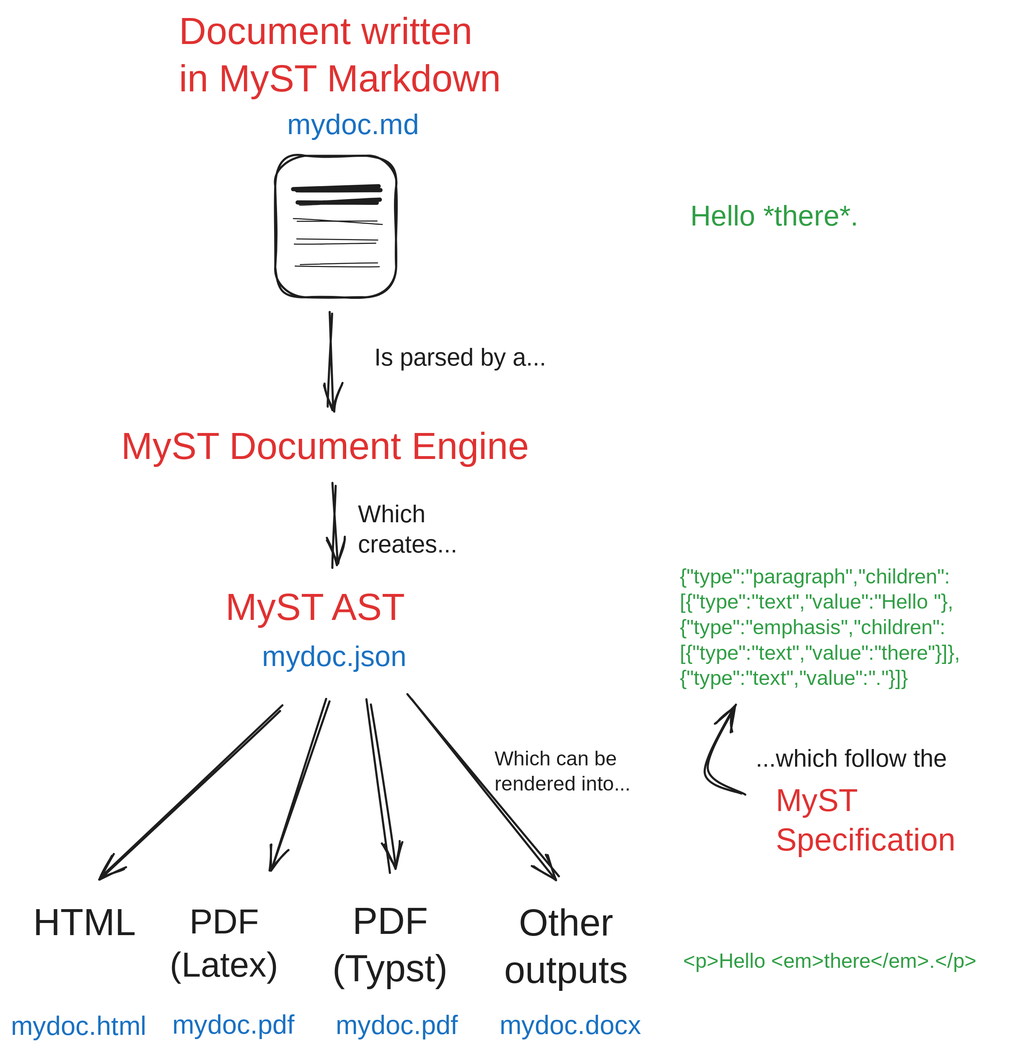
Earlier version of the Excalidraw export docs/images/myst-diagram.svg (jupyter-book/mystmd). Source tidied: one line per element, renumbered; positions are measured from the earlier drawing's top-left corner, leaving out a move shared by most shapes.
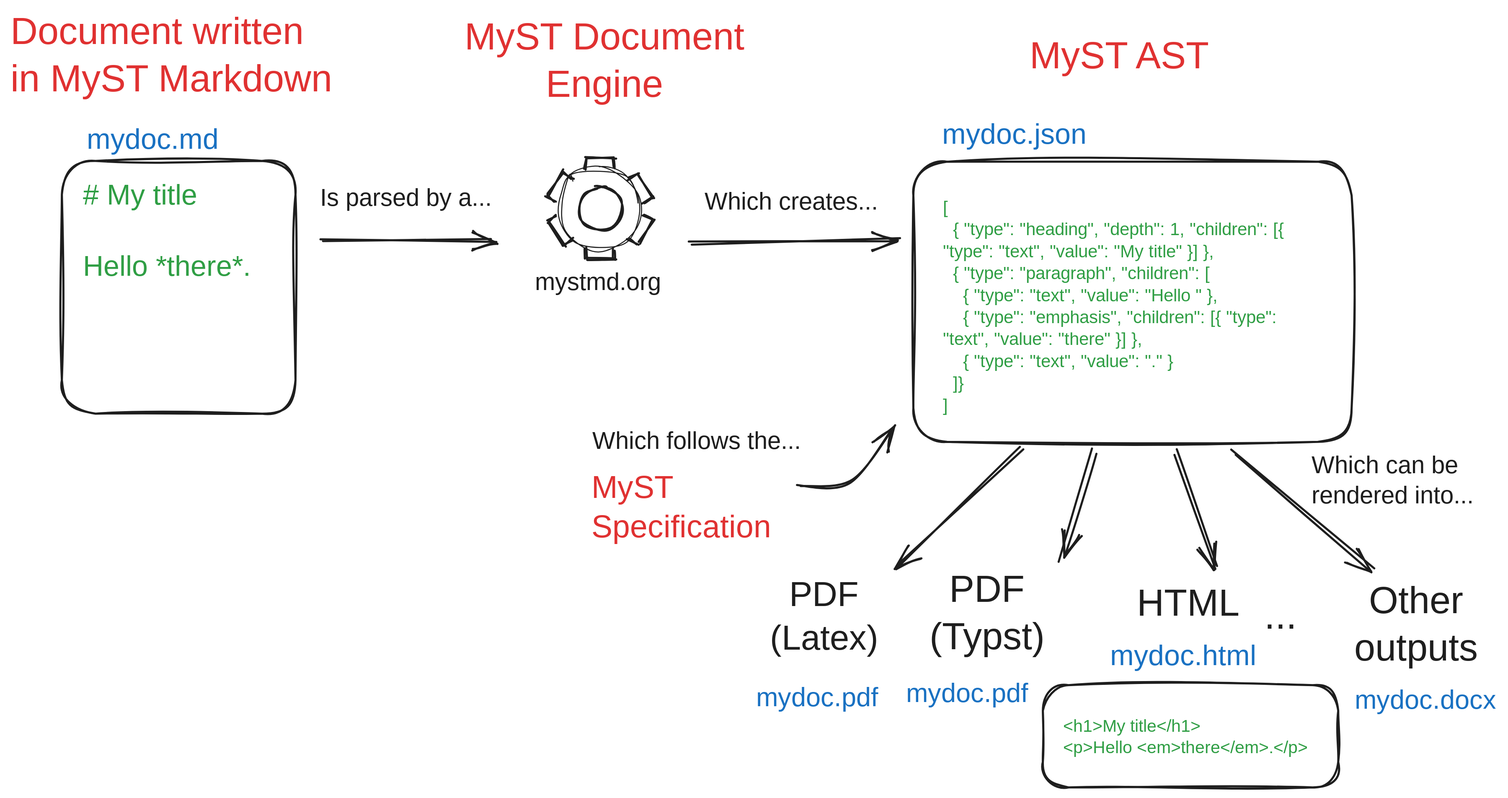
The same diagram one commit later.

Commit message:
Update the diagram to fit into a page more easily and update some of the history language

Diff of the diagram source:
```diff
@@ -1,34 +1,53 @@
-{"id": 0, "type": "text", "text": "MyST\nSpecification", "strokeColor": "#e03131", "backgroundColor": "#ffec99", "fillStyle": "cross-hatch", "strokeWidth": 2, "roughness": 2, "fontSize": 30, "fontFamily": 5, "x": 727, "y": 734, "width": 186, "height": 75}
+{"id": 0, "type": "text", "text": "MyST\nSpecification", "strokeColor": "#e03131", "backgroundColor": "#ffec99", "fillStyle": "cross-hatch", "strokeWidth": 2, "roughness": 2, "fontSize": 30, "fontFamily": 5, "x": 414, "y": 417, "width": 186, "height": 75}
-{"id": 1, "type": "text", "text": "MyST AST", "strokeColor": "#e03131", "backgroundColor": "#ffec99", "fillStyle": "cross-hatch", "strokeWidth": 2, "roughness": 2, "fontSize": 36, "fontFamily": 5, "x": 204, "y": 547, "width": 192, "height": 45}
+{"id": 1, "type": "text", "text": "MyST AST", "strokeColor": "#e03131", "backgroundColor": "#ffec99", "fillStyle": "cross-hatch", "strokeWidth": 2, "roughness": 2, "fontSize": 36, "fontFamily": 5, "x": 830, "y": 3, "width": 192, "height": 45}
-{"id": 2, "type": "text", "text": "MyST Document Engine", "strokeColor": "#e03131", "backgroundColor": "#ffec99", "fillStyle": "cross-hatch", "strokeWidth": 2, "roughness": 2, "fontSize": 36, "fontFamily": 5, "x": 105, "y": 394, "width": 410, "height": 45}
+{"id": 2, "type": "text", "text": "MyST Document\nEngine", "strokeColor": "#e03131", "backgroundColor": "#ffec99", "fillStyle": "cross-hatch", "strokeWidth": 2, "roughness": 2, "fontSize": 36, "fontFamily": 5, "textAlign": "center", "x": 284, "y": -15, "width": 284, "height": 90}
-{"id": 3, "type": "text", "text": "Document written\nin MyST Markdown", "strokeColor": "#e03131", "backgroundColor": "#ffec99", "fillStyle": "cross-hatch", "strokeWidth": 2, "roughness": 2, "fontSize": 36, "fontFamily": 5, "x": 160, "y": 0, "width": 326, "height": 90}
+{"id": 3, "type": "text", "text": "Document written\nin MyST Markdown", "strokeColor": "#e03131", "backgroundColor": "#ffec99", "fillStyle": "cross-hatch", "strokeWidth": 2, "roughness": 2, "fontSize": 36, "fontFamily": 5, "x": -138, "y": -20, "width": 326, "height": 90}
-{"id": 4, "type": "arrow", "strokeColor": "#1e1e1e", "backgroundColor": "#ffec99", "fillStyle": "cross-hatch", "strokeWidth": 2, "roughness": 2, "endArrowhead": "arrow", "round": true, "from": 13, "x": 303, "y": 286, "width": 0, "height": 91, "points": [[0, 0], [0, 91]]}
+{"id": 4, "type": "arrow", "strokeColor": "#1e1e1e", "backgroundColor": "#ffec99", "fillStyle": "cross-hatch", "strokeWidth": 2, "roughness": 2, "endArrowhead": "arrow", "round": true, "x": 156, "y": 197, "width": 164, "height": 1, "points": [[0, 0], [164, 1]]}
-{"id": 5, "type": "text", "text": "Is parsed by a...", "strokeColor": "#1e1e1e", "backgroundColor": "#ffec99", "fillStyle": "cross-hatch", "strokeWidth": 2, "roughness": 2, "fontSize": 23, "fontFamily": 5, "x": 345, "y": 317, "width": 184, "height": 29}
+{"id": 5, "type": "text", "text": "Is parsed by a...", "strokeColor": "#1e1e1e", "backgroundColor": "#ffec99", "fillStyle": "cross-hatch", "strokeWidth": 2, "roughness": 2, "fontSize": 23, "fontFamily": 5, "x": 156, "y": 145, "width": 184, "height": 29}
-{"id": 6, "type": "arrow", "strokeColor": "#1e1e1e", "backgroundColor": "#ffec99", "fillStyle": "cross-hatch", "strokeWidth": 2, "roughness": 2, "endArrowhead": "arrow", "round": true, "from": 2, "x": 308, "y": 452, "width": 0, "height": 75, "points": [[0, 0], [0, 75]]}
-{"id": 7, "type": "text", "text": "Which\ncreates...", "strokeColor": "#1e1e1e", "backgroundColor": "#ffec99", "fillStyle": "cross-hatch", "strokeWidth": 2, "roughness": 2, "fontSize": 23, "fontFamily": 5, "x": 330, "y": 466, "width": 103, "height": 58}
+{"id": 7, "type": "text", "text": "Which creates...", "strokeColor": "#1e1e1e", "backgroundColor": "#ffec99", "fillStyle": "cross-hatch", "strokeWidth": 2, "roughness": 2, "fontSize": 23, "fontFamily": 5, "x": 521, "y": 149, "width": 173, "height": 29}
-{"id": 8, "type": "text", "text": "...which follow the", "strokeColor": "#1e1e1e", "backgroundColor": "#ffec99", "fillStyle": "cross-hatch", "strokeWidth": 2, "roughness": 2, "fontSize": 23, "fontFamily": 5, "x": 708, "y": 698, "width": 200, "height": 29}
+{"id": 8, "type": "text", "text": "Which follows the...", "strokeColor": "#1e1e1e", "backgroundColor": "#ffec99", "fillStyle": "cross-hatch", "strokeWidth": 2, "roughness": 2, "fontSize": 23, "fontFamily": 5, "x": 415, "y": 376, "width": 215, "height": 29}
-{"id": 9, "type": "arrow", "strokeColor": "#1e1e1e", "backgroundColor": "#ffec99", "fillStyle": "cross-hatch", "strokeWidth": 2, "roughness": 2, "endArrowhead": "arrow", "round": true, "x": 256, "y": 661, "width": 170, "height": 162, "points": [[0, 0], [-170, 162]]}
+{"id": 9, "type": "arrow", "strokeColor": "#1e1e1e", "backgroundColor": "#ffec99", "fillStyle": "cross-hatch", "strokeWidth": 2, "roughness": 2, "endArrowhead": "arrow", "round": true, "from": 35, "to": 21, "x": 968, "y": 398, "width": 39, "height": 111, "points": [[0, 0], [39, 111]]}
-{"id": 10, "type": "arrow", "strokeColor": "#1e1e1e", "backgroundColor": "#ffec99", "fillStyle": "cross-hatch", "strokeWidth": 2, "roughness": 2, "endArrowhead": "arrow", "round": true, "x": 303, "y": 656, "width": 55, "height": 156, "points": [[0, 0], [-55, 156]]}
+{"id": 10, "type": "arrow", "strokeColor": "#1e1e1e", "backgroundColor": "#ffec99", "fillStyle": "cross-hatch", "strokeWidth": 2, "roughness": 2, "endArrowhead": "arrow", "round": true, "from": 35, "x": 824, "y": 397, "width": 121, "height": 109, "points": [[0, 0], [-121, 109]]}
-{"id": 11, "type": "arrow", "strokeColor": "#1e1e1e", "backgroundColor": "#ffec99", "fillStyle": "cross-hatch", "strokeWidth": 2, "roughness": 2, "endArrowhead": "arrow", "round": true, "x": 340, "y": 656, "width": 22, "height": 162, "points": [[0, 0], [22, 162]]}
+{"id": 11, "type": "arrow", "strokeColor": "#1e1e1e", "backgroundColor": "#ffec99", "fillStyle": "cross-hatch", "strokeWidth": 2, "roughness": 2, "endArrowhead": "arrow", "round": true, "from": 35, "x": 891, "y": 398, "width": 32, "height": 105, "points": [[0, 0], [-32, 105]]}
-{"id": 12, "type": "text", "text": "Which can be\nrendered into...", "strokeColor": "#1e1e1e", "backgroundColor": "#ffec99", "fillStyle": "cross-hatch", "strokeWidth": 2, "roughness": 2, "fontSize": 19, "fontFamily": 5, "x": 460, "y": 700, "width": 138, "height": 48}
+{"id": 12, "type": "text", "text": "Which can be\nrendered into...", "strokeColor": "#1e1e1e", "backgroundColor": "#ffec99", "fillStyle": "cross-hatch", "strokeWidth": 2, "roughness": 2, "fontSize": 23, "fontFamily": 5, "x": 1098, "y": 399, "width": 167, "height": 58}
-{"id": 13, "type": "rectangle", "strokeColor": "#1e1e1e", "strokeWidth": 2, "roughness": 2, "round": true, "x": 251, "y": 138, "width": 115, "height": 134}
-{"id": 14, "type": "line", "strokeColor": "#1e1e1e", "strokeWidth": 4, "roughness": 2, "round": true, "x": 272, "y": 168, "width": 78, "height": 0, "points": [[0, 0], [78, 0]]}
-{"id": 15, "type": "line", "strokeColor": "#1e1e1e", "strokeWidth": 4, "roughness": 2, "round": true, "x": 274, "y": 181, "width": 78, "height": 0, "points": [[0, 0], [78, 0]]}
-{"id": 16, "type": "line", "strokeColor": "#1e1e1e", "strokeWidth": 1, "roughness": 2, "round": true, "x": 273, "y": 200, "width": 78, "height": 0, "points": [[0, 0], [78, 0]]}
-{"id": 17, "type": "line", "strokeColor": "#1e1e1e", "strokeWidth": 1, "roughness": 2, "round": true, "x": 270, "y": 219, "width": 78, "height": 0, "points": [[0, 0], [78, 0]]}
-{"id": 18, "type": "line", "strokeColor": "#1e1e1e", "strokeWidth": 1, "roughness": 2, "round": true, "x": 271, "y": 241, "width": 78, "height": 0, "points": [[0, 0], [78, 0]]}
-{"id": 19, "type": "text", "text": "mydoc.md", "strokeColor": "#1971c2", "strokeWidth": 1, "roughness": 2, "fontSize": 27, "fontFamily": 5, "x": 263, "y": 94, "width": 120, "height": 34}
-{"id": 20, "type": "text", "text": "mydoc.json", "strokeColor": "#1971c2", "strokeWidth": 1, "roughness": 2, "fontSize": 27, "fontFamily": 5, "x": 239, "y": 599, "width": 140, "height": 34}
-{"id": 21, "type": "text", "text": "HTML", "strokeColor": "#1e1e1e", "strokeWidth": 1, "roughness": 2, "fontSize": 36, "fontFamily": 5, "textAlign": "center", "x": 22, "y": 846, "width": 97, "height": 45}
+{"id": 21, "type": "text", "text": "HTML", "strokeColor": "#1e1e1e", "strokeWidth": 1, "roughness": 2, "fontSize": 36, "fontFamily": 5, "textAlign": "center", "x": 932, "y": 523, "width": 97, "height": 45}
-{"id": 22, "type": "text", "text": "PDF\n(Latex)", "strokeColor": "#1e1e1e", "strokeWidth": 1, "roughness": 2, "fontSize": 33, "fontFamily": 5, "textAlign": "center", "x": 143, "y": 848, "width": 120, "height": 82}
+{"id": 22, "type": "text", "text": "PDF\n(Latex)", "strokeColor": "#1e1e1e", "strokeWidth": 1, "roughness": 2, "fontSize": 33, "fontFamily": 5, "textAlign": "center", "x": 575, "y": 517, "width": 120, "height": 82}
-{"id": 23, "type": "text", "text": "PDF\n(Typst)", "strokeColor": "#1e1e1e", "strokeWidth": 1, "roughness": 2, "fontSize": 36, "fontFamily": 5, "textAlign": "center", "x": 292, "y": 845, "width": 136, "height": 90}
+{"id": 23, "type": "text", "text": "PDF\n(Typst)", "strokeColor": "#1e1e1e", "strokeWidth": 1, "roughness": 2, "fontSize": 36, "fontFamily": 5, "textAlign": "center", "x": 721, "y": 510, "width": 136, "height": 90}
-{"id": 24, "type": "text", "text": "Other\noutputs", "strokeColor": "#1e1e1e", "strokeWidth": 1, "roughness": 2, "fontSize": 36, "fontFamily": 5, "textAlign": "center", "x": 458, "y": 847, "width": 140, "height": 90}
+{"id": 24, "type": "text", "text": "Other\noutputs", "strokeColor": "#1e1e1e", "strokeWidth": 1, "roughness": 2, "fontSize": 36, "fontFamily": 5, "textAlign": "center", "x": 1128, "y": 521, "width": 140, "height": 90}
-{"id": 25, "type": "arrow", "strokeColor": "#1e1e1e", "backgroundColor": "#ffec99", "fillStyle": "cross-hatch", "strokeWidth": 2, "roughness": 2, "endArrowhead": "arrow", "round": true, "x": 379, "y": 652, "width": 143, "height": 170, "points": [[0, 0], [143, 170]]}
+{"id": 25, "type": "arrow", "strokeColor": "#1e1e1e", "backgroundColor": "#ffec99", "fillStyle": "cross-hatch", "strokeWidth": 2, "roughness": 2, "endArrowhead": "arrow", "round": true, "from": 35, "to": 24, "x": 1024, "y": 400, "width": 135, "height": 110, "points": [[0, 0], [135, 110]]}
-{"id": 26, "type": "text", "text": "mydoc.html", "strokeColor": "#1971c2", "strokeWidth": 1, "roughness": 2, "fontSize": 25, "fontFamily": 5, "textAlign": "center", "x": 0, "y": 951, "width": 130, "height": 31}
-{"id": 27, "type": "text", "text": "mydoc.pdf", "strokeColor": "#1971c2", "strokeWidth": 1, "roughness": 2, "fontSize": 25, "fontFamily": 5, "textAlign": "center", "x": 152, "y": 950, "width": 120, "height": 31}
+{"id": 27, "type": "text", "text": "mydoc.pdf", "strokeColor": "#1971c2", "strokeWidth": 1, "roughness": 2, "fontSize": 25, "fontFamily": 5, "textAlign": "center", "x": 568, "y": 619, "width": 120, "height": 31}
-{"id": 28, "type": "text", "text": "mydoc.pdf", "strokeColor": "#1971c2", "strokeWidth": 1, "roughness": 2, "fontSize": 25, "fontFamily": 5, "textAlign": "center", "x": 307, "y": 950, "width": 120, "height": 31}
+{"id": 28, "type": "text", "text": "mydoc.pdf", "strokeColor": "#1971c2", "strokeWidth": 1, "roughness": 2, "fontSize": 25, "fontFamily": 5, "textAlign": "center", "x": 711, "y": 615, "width": 120, "height": 31}
-{"id": 29, "type": "text", "text": "mydoc.docx", "strokeColor": "#1971c2", "strokeWidth": 1, "roughness": 2, "fontSize": 25, "fontFamily": 5, "textAlign": "center", "x": 464, "y": 950, "width": 137, "height": 31}
+{"id": 29, "type": "text", "text": "mydoc.docx", "strokeColor": "#1971c2", "strokeWidth": 1, "roughness": 2, "fontSize": 25, "fontFamily": 5, "textAlign": "center", "x": 1138, "y": 621, "width": 137, "height": 31}
-{"id": 30, "type": "text", "text": "Hello *there*.", "strokeColor": "#2f9e44", "strokeWidth": 1, "roughness": 2, "fontSize": 27, "fontFamily": 5, "x": 646, "y": 181, "width": 175, "height": 34}
+{"id": 30, "type": "text", "text": "# My title\n\nHello *there*.", "strokeColor": "#2f9e44", "strokeWidth": 1, "roughness": 2, "fontSize": 27, "fontFamily": 5, "x": -69, "y": 141, "width": 175, "height": 101}
-{"id": 31, "type": "text", "text": "{\"type\":\"paragraph\",\"children\":\n[{\"type\":\"text\",\"value\":\"Hello \"},\n{\"type\":\"emphasis\",\"children\":\n[{\"type\":\"text\",\"value\":\"there\"}]},\n{\"type\":\"text\",\"value\":\".\"}]}", "strokeColor": "#2f9e44", "strokeWidth": 1, "roughness": 2, "fontSize": 19.33, "fontFamily": 5, "x": 636, "y": 527, "width": 316, "height": 121}
+{"id": 31, "type": "text", "text": "[\n  { \"type\": \"heading\", \"depth\": 1, \"children\": [{\n\"type\": \"text\", \"value\": \"My title\" }] },\n  { \"type\": \"paragraph\", \"children\": [\n    { \"type\": \"text\", \"value\": \"Hello \" },\n    { \"type\": \"emphasis\", \"children\": [{ \"type\":\n\"text\", \"value\": \"there\" }] },\n    { \"type\": \"text\", \"value\": \".\" }\n  ]}\n]", "strokeColor": "#2f9e44", "strokeWidth": 1, "roughness": 2, "fontSize": 16.7, "fontFamily": 5, "x": 748, "y": 158, "width": 369, "height": 209}
+{"id": 33, "type": "arrow", "strokeColor": "#1e1e1e", "backgroundColor": "#ffec99", "fillStyle": "cross-hatch", "strokeWidth": 2, "roughness": 2, "endArrowhead": "arrow", "round": true, "from": 0, "to": 35, "x": 613, "y": 429, "width": 89, "height": 53, "points": [[0, 0], [50, -3], [89, -53]]}
+{"id": 34, "type": "rectangle", "strokeColor": "#1e1e1e", "strokeWidth": 2, "roughness": 2, "round": true, "x": -90, "y": 123, "width": 222, "height": 240}
+{"id": 35, "type": "rectangle", "strokeColor": "#1e1e1e", "strokeWidth": 2, "roughness": 2, "round": true, "x": 720, "y": 124, "width": 417, "height": 266}
+{"id": 19, "type": "text", "text": "mydoc.md", "strokeColor": "#1971c2", "strokeWidth": 1, "roughness": 2, "fontSize": 27, "fontFamily": 5, "x": -66, "y": 88, "width": 120, "height": 34}
+{"id": 20, "type": "text", "text": "mydoc.json", "strokeColor": "#1971c2", "strokeWidth": 1, "roughness": 2, "fontSize": 27, "fontFamily": 5, "x": 747, "y": 83, "width": 140, "height": 34}
-{"id": 32, "type": "text", "text": "<p>Hello <em>there</em>.</p>", "strokeColor": "#2f9e44", "strokeWidth": 1, "roughness": 2, "fontSize": 19.33, "fontFamily": 5, "x": 639, "y": 892, "width": 316, "height": 24}
+{"id": 32, "type": "text", "text": "<h1>My title</h1>\n<p>Hello <em>there</em>.</p>", "strokeColor": "#2f9e44", "strokeWidth": 1, "roughness": 2, "fontSize": 16.18, "fontFamily": 5, "x": 862, "y": 651, "width": 264, "height": 40}
-{"id": 33, "type": "arrow", "strokeColor": "#1e1e1e", "backgroundColor": "#ffec99", "fillStyle": "cross-hatch", "strokeWidth": 2, "roughness": 2, "endArrowhead": "arrow", "round": true, "to": 31, "x": 698, "y": 742, "width": 34, "height": 81, "points": [[0, 0], [-34, -22], [-9, -81]]}
+{"id": 36, "type": "rectangle", "strokeColor": "#1e1e1e", "strokeWidth": 2, "roughness": 2, "round": true, "x": 843, "y": 621, "width": 281, "height": 97}
+{"id": 26, "type": "text", "text": "mydoc.html", "strokeColor": "#1971c2", "strokeWidth": 1, "roughness": 2, "fontSize": 27, "fontFamily": 5, "x": 907, "y": 578, "width": 140, "height": 34}
+{"id": 37, "type": "arrow", "strokeColor": "#1e1e1e", "backgroundColor": "#ffec99", "fillStyle": "cross-hatch", "strokeWidth": 2, "roughness": 2, "endArrowhead": "arrow", "round": true, "to": 35, "x": 508, "y": 203, "width": 199, "height": 6, "points": [[0, 0], [199, -6]]}
+{"id": 38, "type": "text", "text": "mystmd.org", "strokeColor": "#1e1e1e", "backgroundColor": "#ffec99", "fillStyle": "cross-hatch", "strokeWidth": 2, "roughness": 2, "fontSize": 23, "fontFamily": 5, "x": 360, "y": 225, "width": 123, "height": 29}
+{"id": 39, "type": "text", "text": "...", "strokeColor": "#1e1e1e", "backgroundColor": "#ffec99", "fillStyle": "cross-hatch", "strokeWidth": 2, "roughness": 2, "fontSize": 37, "fontFamily": 5, "x": 1053, "y": 535, "width": 30, "height": 46}
+{"id": 40, "type": "ellipse", "strokeColor": "#1e1e1e", "strokeWidth": 1, "roughness": 2, "round": true, "x": 383, "y": 129, "width": 79, "height": 79}
+{"id": 41, "type": "line", "strokeColor": "#1e1e1e", "strokeWidth": 2, "roughness": 2, "round": true, "x": 408, "y": 131, "width": 0, "height": 11, "points": [[0, 0], [0, -11]]}
+{"id": 42, "type": "line", "strokeColor": "#1e1e1e", "strokeWidth": 2, "roughness": 2, "round": true, "x": 435, "y": 130, "width": 0, "height": 11, "points": [[0, 0], [0, -11]]}
+{"id": 43, "type": "line", "strokeColor": "#1e1e1e", "strokeWidth": 2, "roughness": 2, "round": true, "x": 409, "y": 121, "width": 26, "height": 1, "points": [[0, 0], [26, -1]]}
+{"id": 44, "type": "line", "strokeColor": "#1e1e1e", "angle": 1.03, "strokeWidth": 2, "roughness": 2, "round": true, "x": 453, "y": 142, "width": 0, "height": 11, "points": [[0, 0], [0, -11]]}
+{"id": 45, "type": "line", "strokeColor": "#1e1e1e", "angle": 1.03, "strokeWidth": 2, "roughness": 2, "round": true, "x": 467, "y": 165, "width": 0, "height": 11, "points": [[0, 0], [0, -11]]}
+{"id": 46, "type": "line", "strokeColor": "#1e1e1e", "angle": 1.03, "strokeWidth": 2, "roughness": 2, "round": true, "x": 452, "y": 147, "width": 26, "height": 1, "points": [[0, 0], [26, -1]]}
+{"id": 47, "type": "line", "strokeColor": "#1e1e1e", "angle": 5.34, "strokeWidth": 2, "roughness": 2, "round": true, "x": 376, "y": 165, "width": 0, "height": 11, "points": [[0, 0], [0, -11]]}
+{"id": 48, "type": "line", "strokeColor": "#1e1e1e", "angle": 5.34, "strokeWidth": 2, "roughness": 2, "round": true, "x": 392, "y": 142, "width": 0, "height": 11, "points": [[0, 0], [0, -11]]}
+{"id": 49, "type": "line", "strokeColor": "#1e1e1e", "angle": 5.34, "strokeWidth": 2, "roughness": 2, "round": true, "x": 367, "y": 144, "width": 26, "height": 1, "points": [[0, 0], [26, -1]]}
+{"id": 50, "type": "line", "strokeColor": "#1e1e1e", "strokeWidth": 2, "roughness": 2, "round": true, "x": 408, "y": 206, "width": 0, "height": 11, "points": [[0, 0], [0, 11]]}
+{"id": 51, "type": "line", "strokeColor": "#1e1e1e", "strokeWidth": 2, "roughness": 2, "round": true, "x": 435, "y": 207, "width": 0, "height": 11, "points": [[0, 0], [0, 11]]}
+{"id": 52, "type": "line", "strokeColor": "#1e1e1e", "strokeWidth": 2, "roughness": 2, "round": true, "x": 409, "y": 216, "width": 26, "height": 1, "points": [[0, 0], [26, 1]]}
+{"id": 53, "type": "line", "strokeColor": "#1e1e1e", "angle": 5.25, "strokeWidth": 2, "roughness": 2, "round": true, "x": 453, "y": 195, "width": 0, "height": 11, "points": [[0, 0], [0, 11]]}
+{"id": 54, "type": "line", "strokeColor": "#1e1e1e", "angle": 5.25, "strokeWidth": 2, "roughness": 2, "round": true, "x": 468, "y": 172, "width": 0, "height": 11, "points": [[0, 0], [0, 11]]}
+{"id": 55, "type": "line", "strokeColor": "#1e1e1e", "angle": 5.25, "strokeWidth": 2, "roughness": 2, "round": true, "x": 453, "y": 190, "width": 26, "height": 1, "points": [[0, 0], [26, 1]]}
+{"id": 56, "type": "line", "strokeColor": "#1e1e1e", "angle": 0.94, "strokeWidth": 2, "roughness": 2, "round": true, "x": 376, "y": 172, "width": 0, "height": 11, "points": [[0, 0], [0, 11]]}
+{"id": 57, "type": "line", "strokeColor": "#1e1e1e", "angle": 0.94, "strokeWidth": 2, "roughness": 2, "round": true, "x": 392, "y": 195, "width": 0, "height": 11, "points": [[0, 0], [0, 11]]}
+{"id": 58, "type": "line", "strokeColor": "#1e1e1e", "angle": 0.94, "strokeWidth": 2, "roughness": 2, "round": true, "x": 367, "y": 193, "width": 26, "height": 1, "points": [[0, 0], [26, 1]]}
+{"id": 59, "type": "ellipse", "strokeColor": "#1e1e1e", "strokeWidth": 2, "roughness": 2, "round": true, "x": 402, "y": 148, "width": 41, "height": 41}
```
